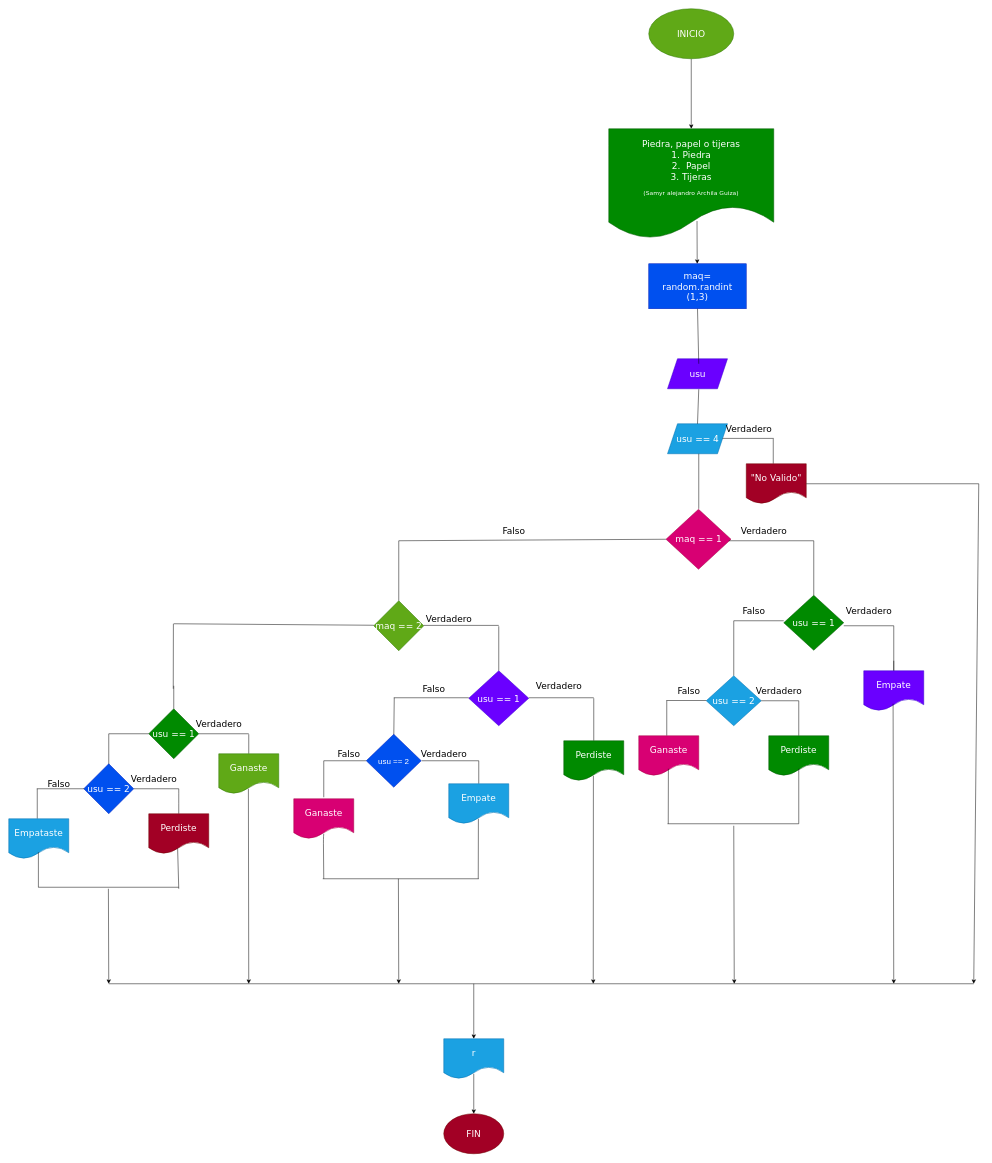
The draw.io diagram diagrama.drawio in SamyrArchila/piedra_papel_tijeras, before the edit. Source tidied: cells renumbered, new cells numbered last; positions are measured from the earlier drawing's top-left corner, leaving out a move shared by most shapes. Both pictures are drawn from the tidied source at 50%, with x=0, y=0 at pixel (8, 8).
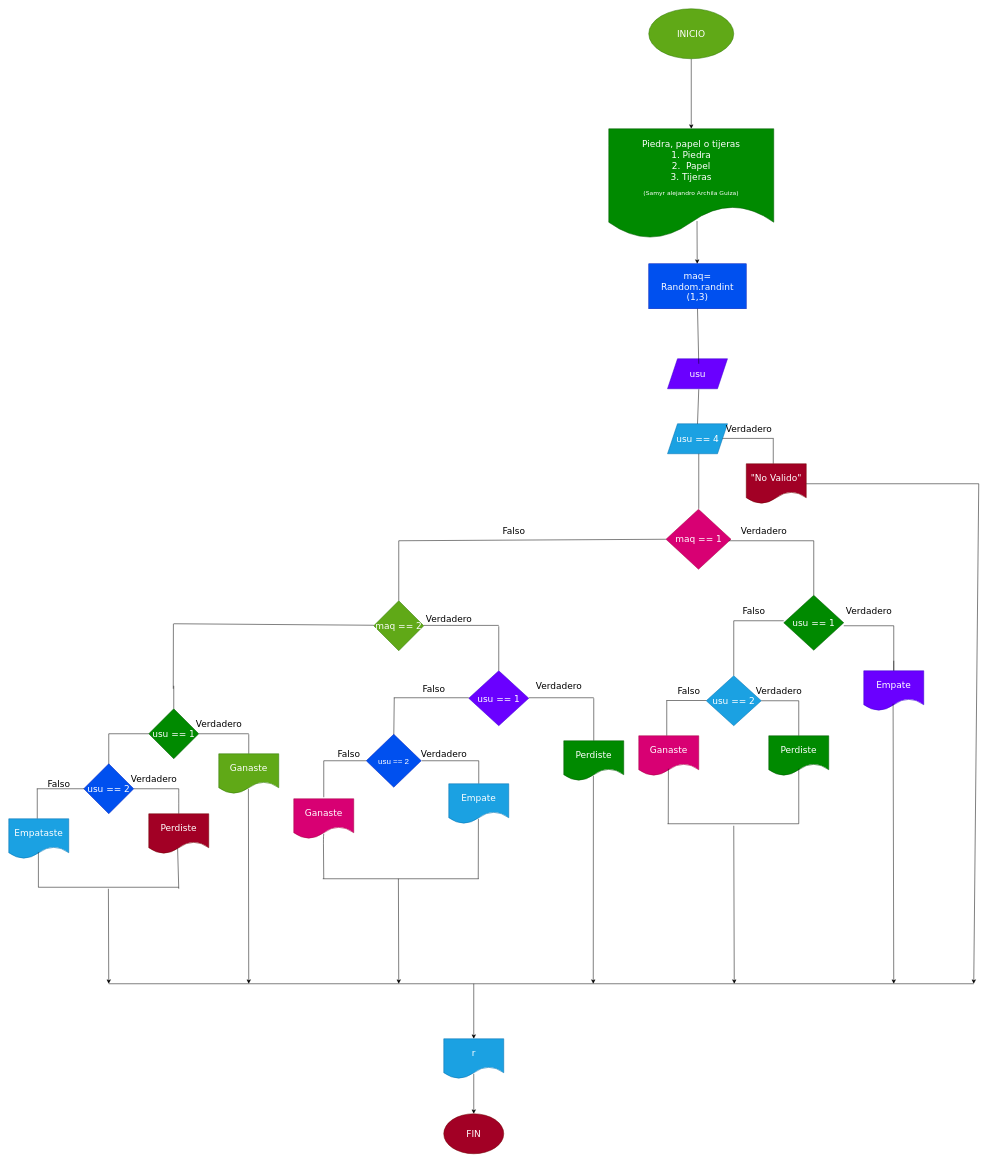
The same diagram, later.

What changed in the source:
```diff
@@
-    <mxCell id="5" value="&lt;font face=&quot;Verdana&quot; style=&quot;font-size: 18px;&quot;&gt;maq= random.randint&lt;br&gt;(1,3)&lt;/font&gt;" style="rounded=0;whiteSpace=wrap;html=1;fillColor=#0050ef;fontColor=#ffffff;strokeColor=#001DBC;" parent="1" vertex="1">
+    <mxCell id="5" value="&lt;font face=&quot;Verdana&quot; style=&quot;font-size: 18px;&quot;&gt;maq= Random.randint&lt;br&gt;(1,3)&lt;/font&gt;" style="rounded=0;whiteSpace=wrap;html=1;fillColor=#0050ef;fontColor=#ffffff;strokeColor=#001DBC;" parent="1" vertex="1">
       <mxGeometry x="1280" y="510" width="195" height="90" as="geometry" />
     </mxCell>
```
